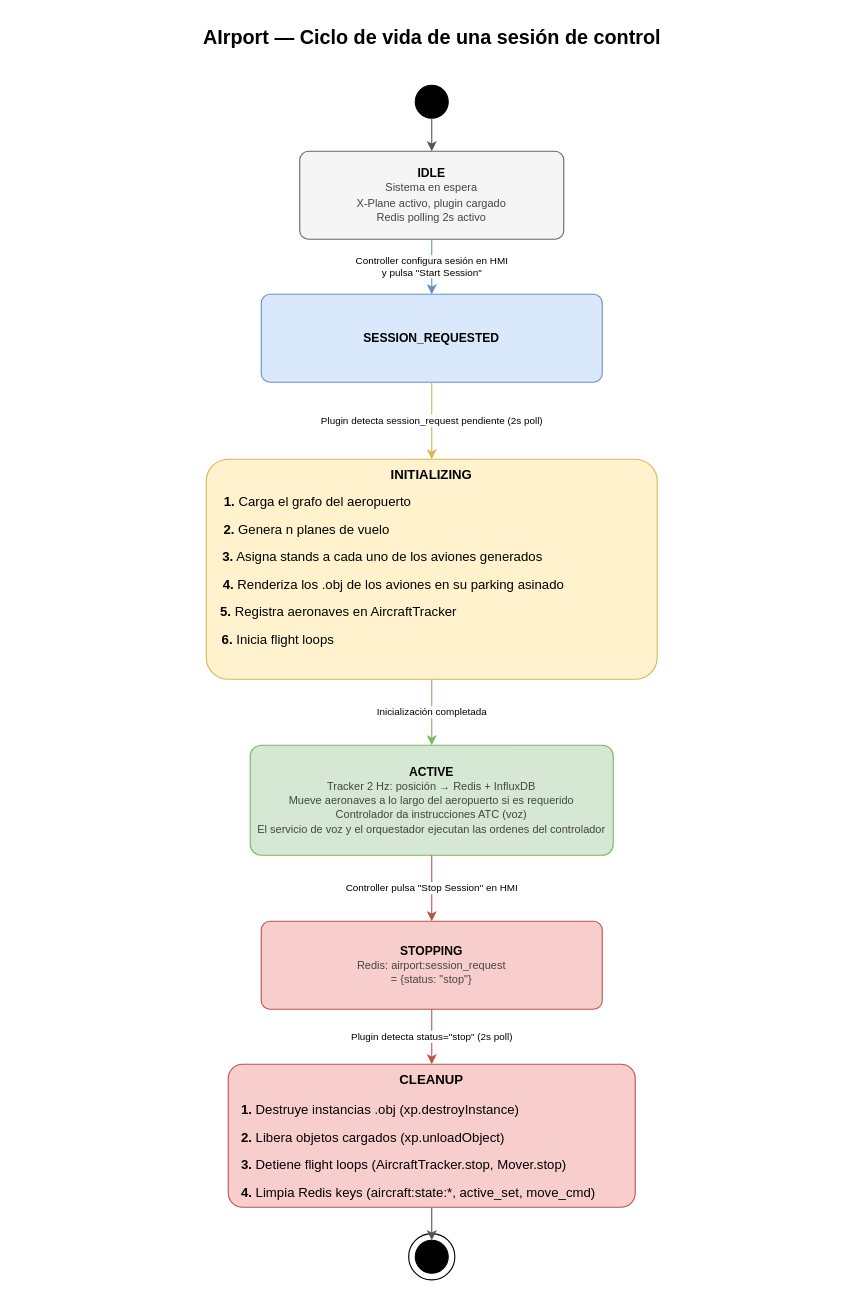
Above: docs/diagrams/diagram_04_ciclo_vida_sesion.drawio in Santisoutoo/AIrport (draw.io), before the change. Source tidied: cells renumbered, new cells numbered last; positions are measured from the earlier drawing's top-left corner, leaving out a move shared by most shapes. Both pictures are drawn from the tidied source at 110%, with x=0, y=0 at pixel (19, 19).
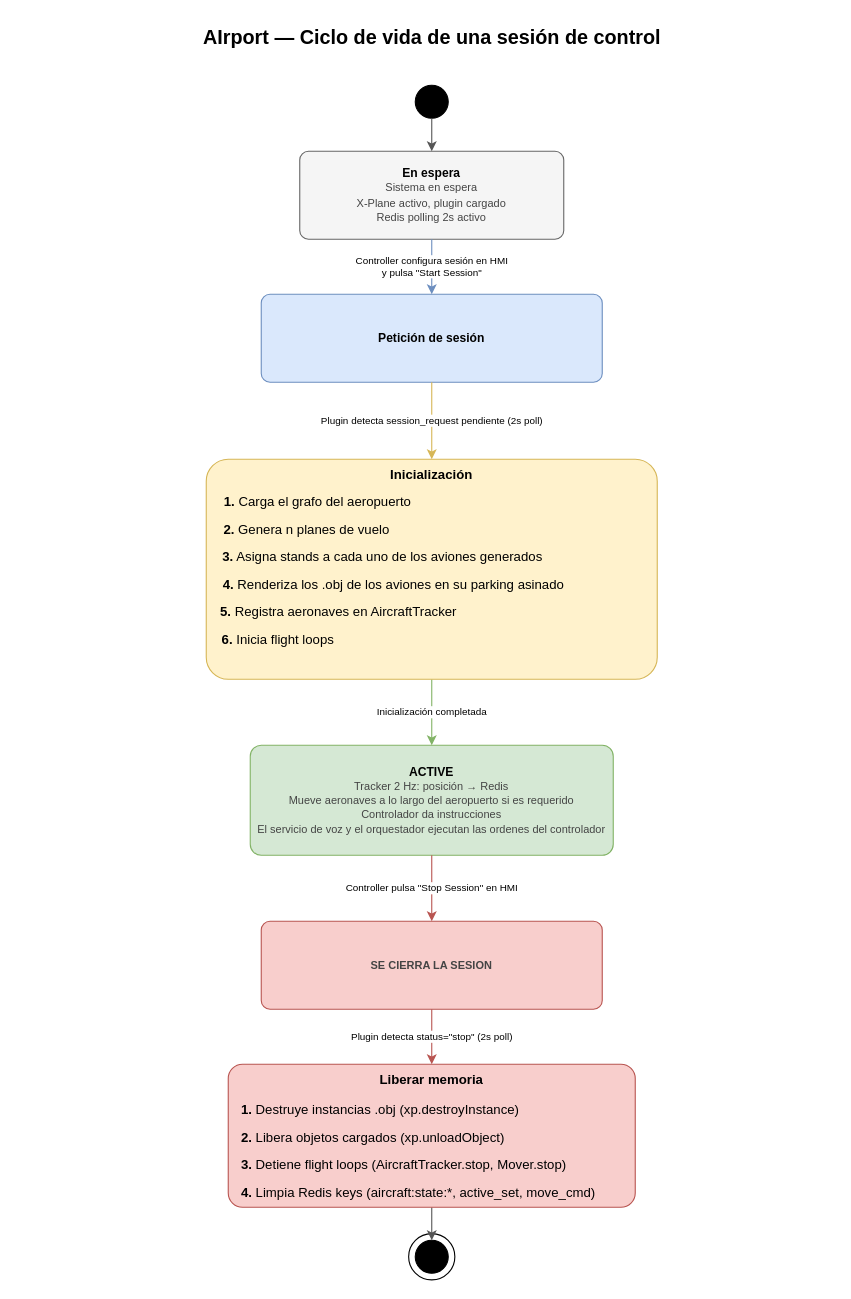
After the change.

Unchanged cells that the change refers to:
```xml
<mxCell id="18" style="group;align=center;" parent="17" vertex="1">
  <mxGeometry x="170" width="470" height="200" as="geometry" />
</mxCell>
<mxCell id="26" style="group;" parent="1" vertex="1">
  <mxGeometry x="190" y="950" width="470" height="130" as="geometry" />
</mxCell>
```

Change to the diagram source:
```diff
@@
-    <mxCell id="4" value="&lt;b&gt;IDLE&lt;/b&gt;&lt;br/&gt;&lt;font style=&quot;font-size:10px;color:#444;&quot;&gt;Sistema en espera&lt;br/&gt;X-Plane activo, plugin cargado&lt;br/&gt;Redis polling 2s activo&lt;/font&gt;" style="rounded=1;whiteSpace=wrap;html=1;fillColor=#f5f5f5;strokeColor=#666;fontSize=11;arcSize=10;" parent="1" vertex="1">
+    <mxCell id="4" value="&lt;b&gt;En espera&lt;/b&gt;&lt;br&gt;&lt;font style=&quot;font-size: 10px; color: rgb(68, 68, 68);&quot;&gt;Sistema en espera&lt;br&gt;X-Plane activo, plugin cargado&lt;br&gt;Redis polling 2s activo&lt;/font&gt;" style="rounded=1;whiteSpace=wrap;html=1;fillColor=#f5f5f5;strokeColor=#666;fontSize=11;arcSize=10;" parent="1" vertex="1">
       <mxGeometry x="255" y="120" width="240" height="80" as="geometry" />
     </mxCell>
-    <mxCell id="5" value="&lt;b&gt;SESSION_REQUESTED&lt;/b&gt;" style="rounded=1;whiteSpace=wrap;html=1;fillColor=#dae8fc;strokeColor=#6c8ebf;fontSize=11;arcSize=10;" parent="1" vertex="1">
+    <mxCell id="5" value="&lt;b&gt;Petición de sesión&lt;/b&gt;" style="rounded=1;whiteSpace=wrap;html=1;fillColor=#dae8fc;strokeColor=#6c8ebf;fontSize=11;arcSize=10;" parent="1" vertex="1">
       <mxGeometry x="220" y="250" width="310" height="80" as="geometry" />
     </mxCell>
-    <mxCell id="6" value="&lt;b&gt;ACTIVE&lt;/b&gt;&lt;br&gt;&lt;font style=&quot;font-size: 10px; color: rgb(68, 68, 68);&quot;&gt;Tracker 2 Hz: posición → Redis + InfluxDB&lt;br&gt;Mueve aeronaves a lo largo del aeropuerto si es requerido&lt;br&gt;Controlador da instrucciones ATC (voz)&lt;br&gt;El servicio de voz y el orquestador ejecutan las ordenes del controlador&lt;/font&gt;" style="rounded=1;whiteSpace=wrap;html=1;fillColor=#d5e8d4;strokeColor=#82b366;fontSize=11;arcSize=10;" parent="1" vertex="1">
+    <mxCell id="6" value="&lt;b&gt;ACTIVE&lt;/b&gt;&lt;br&gt;&lt;font style=&quot;font-size: 10px; color: rgb(68, 68, 68);&quot;&gt;Tracker 2 Hz: posición → Redis&lt;br&gt;Mueve aeronaves a lo largo del aeropuerto si es requerido&lt;br&gt;Controlador da instrucciones&lt;/font&gt;&lt;div&gt;&lt;font style=&quot;font-size: 10px; color: rgb(68, 68, 68);&quot;&gt;El servicio de voz y el orquestador ejecutan las ordenes del controlador&lt;/font&gt;&lt;/div&gt;" style="rounded=1;whiteSpace=wrap;html=1;fillColor=#d5e8d4;strokeColor=#82b366;fontSize=11;arcSize=10;" parent="1" vertex="1">
       <mxGeometry x="210" y="660" width="330" height="100" as="geometry" />
     </mxCell>
-    <mxCell id="7" value="&lt;b&gt;STOPPING&lt;/b&gt;&lt;br&gt;&lt;font style=&quot;font-size: 10px; color: rgb(68, 68, 68);&quot;&gt;Redis: airport:session_request&lt;br&gt;= {status: &quot;stop&quot;}&lt;br&gt;&lt;/font&gt;" style="rounded=1;whiteSpace=wrap;html=1;fillColor=#f8cecc;strokeColor=#b85450;fontSize=11;arcSize=10;" parent="1" vertex="1">
+    <mxCell id="7" value="&lt;font style=&quot;font-size: 10px; color: rgb(68, 68, 68);&quot;&gt;&lt;b&gt;SE CIERRA LA SESION&lt;/b&gt;&lt;/font&gt;" style="rounded=1;whiteSpace=wrap;html=1;fillColor=#f8cecc;strokeColor=#b85450;fontSize=11;arcSize=10;" parent="1" vertex="1">
       <mxGeometry x="220" y="820" width="310" height="80" as="geometry" />
     </mxCell>
@@
-    <mxCell id="19" value="&lt;b&gt;INITIALIZING&lt;/b&gt;" style="rounded=1;whiteSpace=wrap;html=1;fillColor=#fff2cc;strokeColor=#d6b656;fontSize=12;arcSize=10;verticalAlign=top;" parent="18" vertex="1">
+    <mxCell id="19" value="&lt;b&gt;Inicialización&lt;/b&gt;" style="rounded=1;whiteSpace=wrap;html=1;fillColor=#fff2cc;strokeColor=#d6b656;fontSize=12;arcSize=10;verticalAlign=top;" parent="18" vertex="1">
       <mxGeometry width="410" height="200" as="geometry" />
     </mxCell>
@@
-    <mxCell id="27" value="&lt;b&gt;CLEANUP&lt;/b&gt;" style="rounded=1;whiteSpace=wrap;html=1;fillColor=#f8cecc;strokeColor=#b85450;fontSize=12;arcSize=10;verticalAlign=top;" parent="26" vertex="1">
+    <mxCell id="27" value="&lt;b&gt;Liberar memoria&lt;/b&gt;" style="rounded=1;whiteSpace=wrap;html=1;fillColor=#f8cecc;strokeColor=#b85450;fontSize=12;arcSize=10;verticalAlign=top;" parent="26" vertex="1">
       <mxGeometry width="370" height="130" as="geometry" />
     </mxCell>
```
